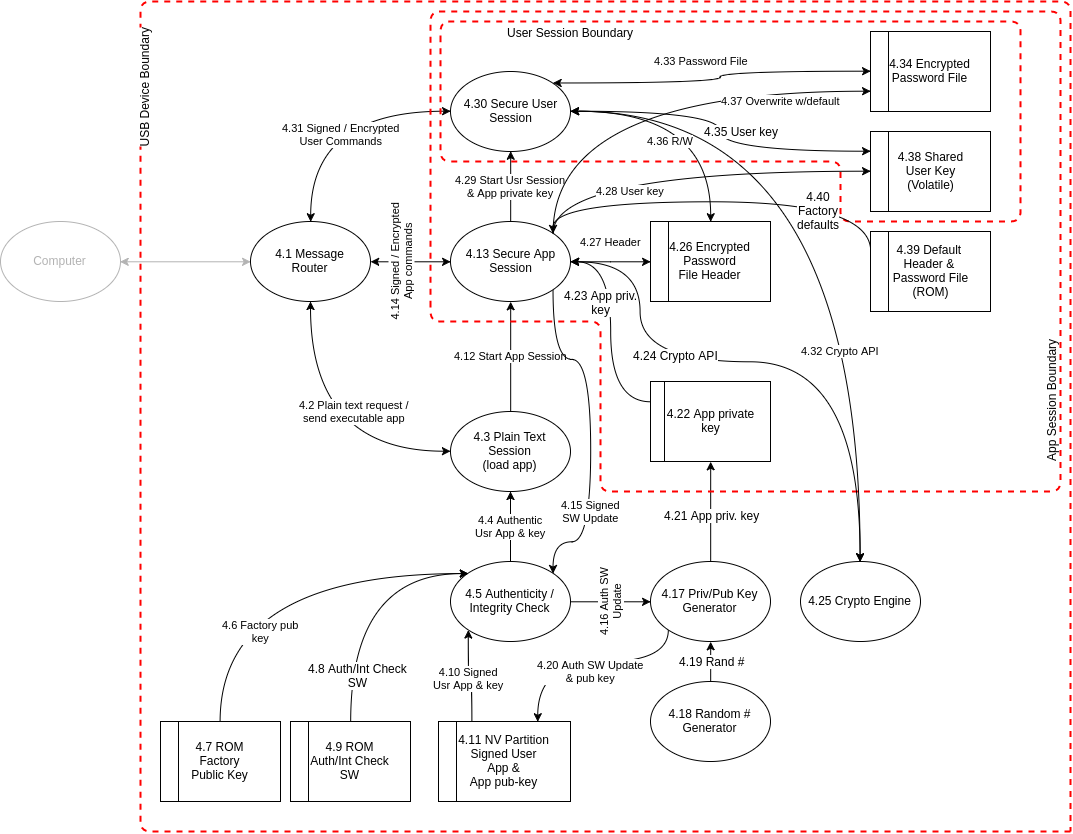
Earlier version of the draw.io export graphics/DFD_USB.png (pacman47403/B547A1). Source tidied: cells renumbered, new cells last; positions are measured from the earlier drawing's top-left corner, leaving out a move shared by most shapes.
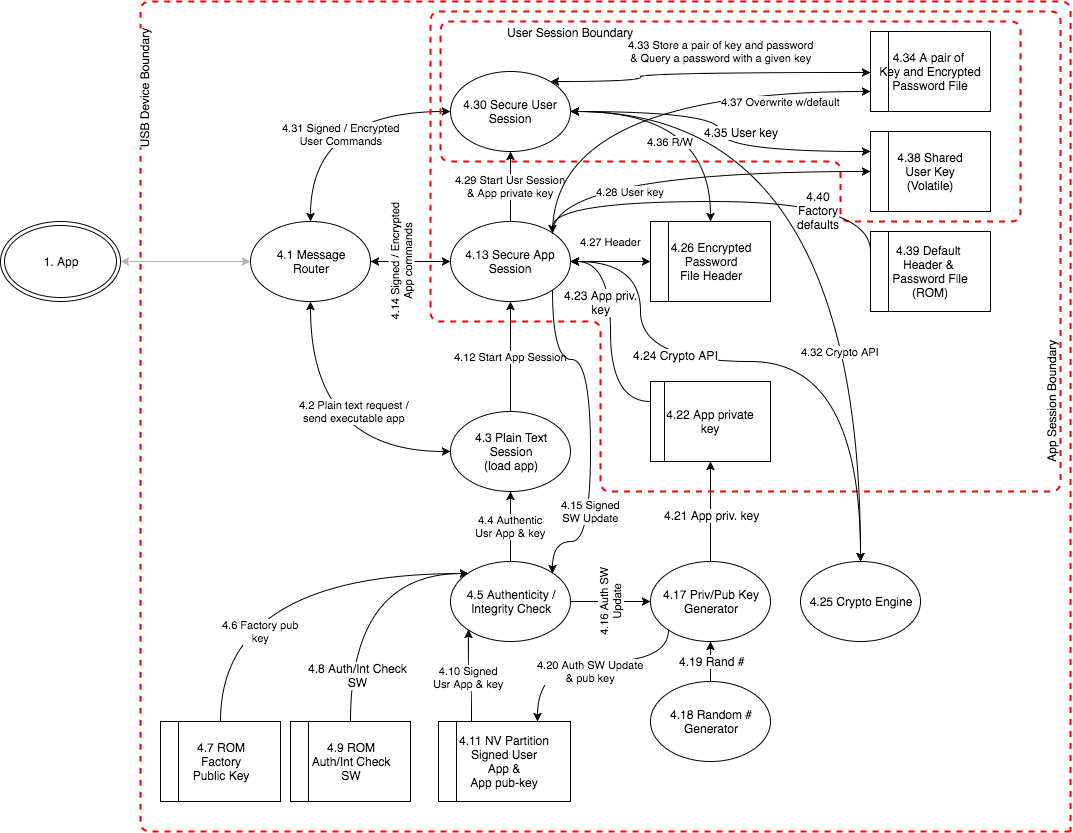
After the commit.

Commit message:
Add new DFDs with the key/password management.

The edit, as a diff of the source:
```diff
@@ -25,8 +25,10 @@
     <mxCell id="6" value="&lt;font color=&quot;#000000&quot;&gt;4.18 Random #&lt;/font&gt;&lt;div&gt;&lt;font color=&quot;#000000&quot;&gt;Generator&lt;/font&gt;&lt;/div&gt;" style="ellipse;whiteSpace=wrap;html=1;strokeColor=#000000;strokeWidth=1;fillColor=#ffffff;fontColor=#B3B3B3;" parent="1" vertex="1">
       <mxGeometry x="650" y="680" width="120" height="80" as="geometry" />
     </mxCell>
-    <mxCell id="7" style="edgeStyle=orthogonalEdgeStyle;curved=1;rounded=0;html=1;startArrow=classic;startFill=1;endArrow=classic;endFill=1;jettySize=auto;strokeColor=#B3B3B3;fontColor=#B3B3B3;exitX=0;exitY=0.5;entryX=1;entryY=0.5;" parent="1" edge="1" source="20" target="36">
-      <mxGeometry relative="1" as="geometry" />
+    <mxCell id="7" style="edgeStyle=orthogonalEdgeStyle;curved=1;rounded=0;html=1;startArrow=classic;startFill=1;endArrow=classic;endFill=1;jettySize=auto;strokeColor=#B3B3B3;fontColor=#B3B3B3;exitX=0;exitY=0.5;entryX=1;entryY=0.5;" parent="1" edge="1" source="20">
+      <mxGeometry relative="1" as="geometry">
+        <mxPoint x="120" y="260" as="targetPoint" />
+      </mxGeometry>
     </mxCell>
     <mxCell id="8" value="4.4 Authentic&lt;div&gt;Usr App &amp;amp; key&lt;/div&gt;" style="edgeStyle=orthogonalEdgeStyle;curved=1;rounded=0;html=1;startArrow=classic;startFill=1;endArrow=none;endFill=0;jettySize=auto;strokeColor=#000000;fontColor=#000000;" parent="1" edge="1" source="11" target="23">
       <mxGeometry relative="1" as="geometry" />
@@ -129,15 +131,19 @@
     <mxCell id="33" value="&lt;div&gt;&lt;font color=&quot;#000000&quot;&gt;4.26 Encrypted&lt;/font&gt;&lt;/div&gt;&lt;div&gt;&lt;font color=&quot;#000000&quot;&gt;Password&lt;/font&gt;&lt;/div&gt;&lt;div&gt;&lt;font color=&quot;#000000&quot;&gt;File Header&lt;/font&gt;&lt;/div&gt;" style="shape=internalStorage;whiteSpace=wrap;html=1;fontFamily=Helvetica;fontSize=12;fontColor=#B3B3B3;align=center;strokeColor=#000000;strokeWidth=1;fillColor=#ffffff;dx=18;dy=0;" parent="1" vertex="1">
       <mxGeometry x="650" y="220" width="120" height="80" as="geometry" />
     </mxCell>
-    <mxCell id="34" value="4.33 Password File" style="edgeStyle=orthogonalEdgeStyle;curved=1;rounded=0;html=1;exitX=0;exitY=0.5;entryX=1;entryY=0;startArrow=classic;startFill=1;endArrow=classic;endFill=1;jettySize=auto;strokeColor=#000000;strokeWidth=1;fontColor=#000000;" parent="1" edge="1" source="35" target="17">
-      <mxGeometry x="0.1" y="-22" relative="1" as="geometry" />
+    <mxCell id="34" value="4.33 Store a pair of key and password&lt;div&gt;&amp;amp; Query a password with a given key&lt;/div&gt;" style="edgeStyle=orthogonalEdgeStyle;curved=1;rounded=0;html=1;exitX=0;exitY=0.5;startArrow=classic;startFill=1;endArrow=classic;endFill=1;jettySize=auto;orthogonalLoop=1;strokeColor=#000000;strokeWidth=1;fontColor=#000000;" parent="1" edge="1">
+      <mxGeometry x="-0.09" y="-21" relative="1" as="geometry">
+        <mxPoint x="870" y="71" as="sourcePoint" />
+        <mxPoint x="550" y="80" as="targetPoint" />
+        <Array as="points">
+          <mxPoint x="640" y="71" />
+          <mxPoint x="640" y="80" />
+        </Array>
+      </mxGeometry>
     </mxCell>
-    <mxCell id="35" value="&lt;div&gt;&lt;font color=&quot;#000000&quot;&gt;4.34 Encrypted&lt;/font&gt;&lt;/div&gt;&lt;div&gt;&lt;font color=&quot;#000000&quot;&gt;Password File&lt;/font&gt;&lt;/div&gt;" style="shape=internalStorage;whiteSpace=wrap;html=1;fontFamily=Helvetica;fontSize=12;fontColor=#B3B3B3;align=center;strokeColor=#000000;strokeWidth=1;fillColor=#ffffff;dx=18;dy=0;" parent="1" vertex="1">
+    <mxCell id="35" value="&lt;div&gt;&lt;font color=&quot;#000000&quot;&gt;4.34 A pair of&amp;nbsp;&lt;/font&gt;&lt;/div&gt;&lt;div&gt;&lt;font color=&quot;#000000&quot;&gt;Key and Encrypted&lt;/font&gt;&lt;/div&gt;&lt;div&gt;&lt;font color=&quot;#000000&quot;&gt;Password File&lt;/font&gt;&lt;/div&gt;" style="shape=internalStorage;whiteSpace=wrap;html=1;fontFamily=Helvetica;fontSize=12;fontColor=#B3B3B3;align=center;strokeColor=#000000;strokeWidth=1;fillColor=#ffffff;dx=18;dy=0;" parent="1" vertex="1">
       <mxGeometry x="870" y="30" width="120" height="80" as="geometry" />
     </mxCell>
-    <mxCell id="36" value="Computer" style="ellipse;whiteSpace=wrap;html=1;strokeColor=#B3B3B3;strokeWidth=1;fillColor=#ffffff;fontColor=#B3B3B3;" parent="1" vertex="1">
-      <mxGeometry y="220" width="120" height="80" as="geometry" />
-    </mxCell>
     <mxCell id="37" value="4.20 Auth SW Update&lt;div&gt;&amp;amp; pub key&lt;/div&gt;" style="edgeStyle=orthogonalEdgeStyle;curved=1;rounded=0;html=1;exitX=0;exitY=1;entryX=0.75;entryY=0;startArrow=none;startFill=0;endArrow=classic;endFill=1;jettySize=auto;strokeColor=#000000;fontColor=#000000;" parent="1" edge="1" source="40" target="24">
       <mxGeometry x="-0.01" y="10" relative="1" as="geometry">
         <Array as="points">
@@ -253,5 +259,8 @@
         </Array>
       </mxGeometry>
     </mxCell>
+    <mxCell id="57" value="1. App" style="ellipse;shape=doubleEllipse;whiteSpace=wrap;html=1;fontFamily=Helvetica;fontSize=12;fontColor=#000000;align=center;strokeColor=#000000;fillColor=#ffffff;" parent="1" vertex="1">
+      <mxGeometry y="220" width="120" height="80" as="geometry" />
+    </mxCell>
   </root>
 </mxGraphModel>
```
